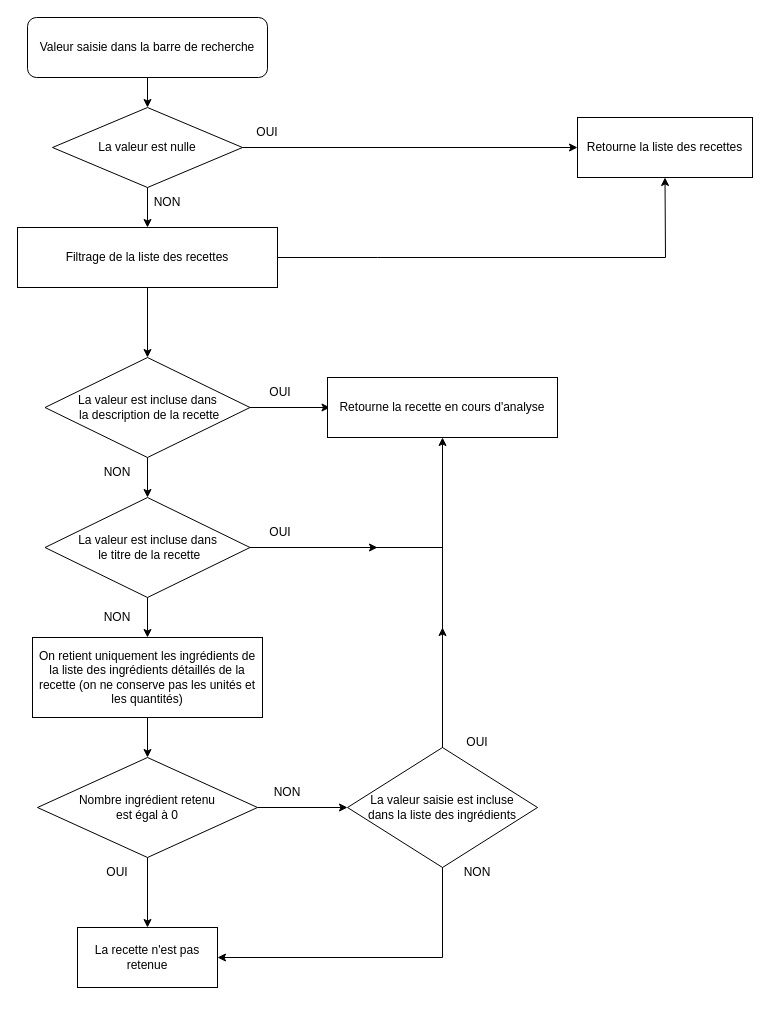
The draw.io diagram Untitled Diagram.drawio in NicolasCrombois/CromboisNicolas_7_10042022, before the edit. Source tidied: cells renumbered, new cells numbered last; positions are measured from the earlier drawing's top-left corner, leaving out a move shared by most shapes. Both pictures are drawn from the tidied source at 100%, with x=0, y=0 at pixel (17, 17).
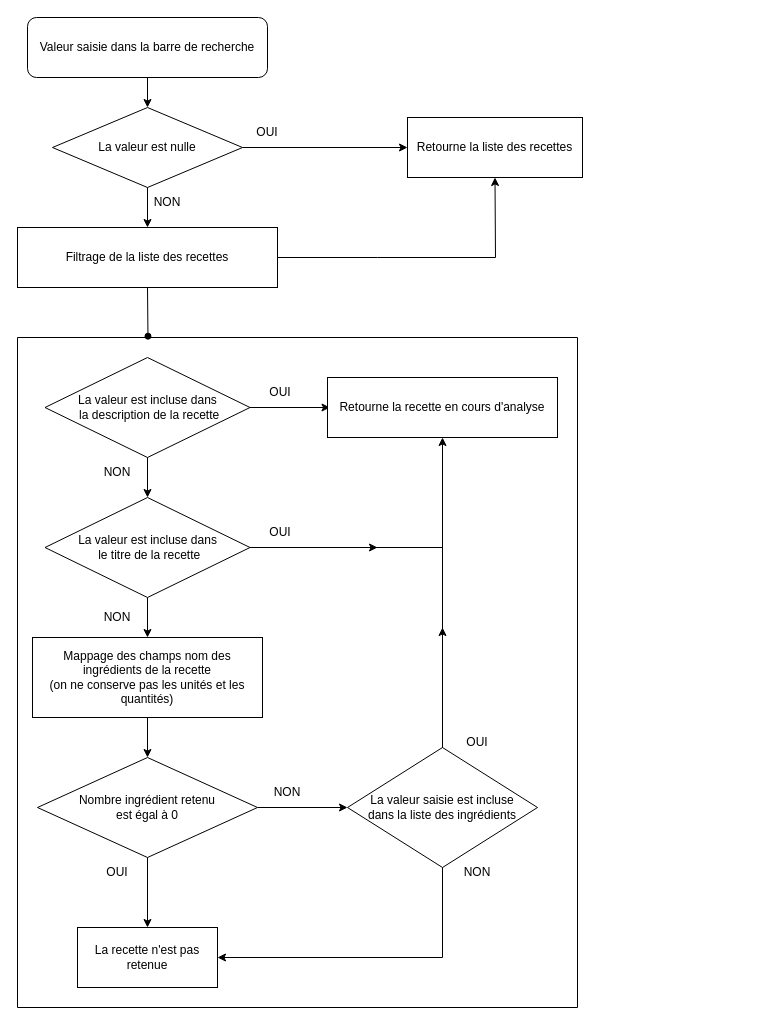
The same page after the edit.

Unchanged cells that the change refers to:
```xml
<mxCell id="7" value="Filtrage de la liste des recettes" style="rounded=0;whiteSpace=wrap;html=1;" parent="1" vertex="1">
  <mxGeometry y="210" width="260" height="60" as="geometry" />
</mxCell>
<mxCell id="11" value="La valeur est incluse dans&lt;br&gt;&amp;nbsp;la description de la recette" style="rhombus;whiteSpace=wrap;html=1;" parent="1" vertex="1">
  <mxGeometry x="27.5" y="340" width="205" height="100" as="geometry" />
</mxCell>
```

The edit, as a diff of the source:
```diff
@@
     <mxCell id="5" value="Retourne la liste des recettes" style="rounded=0;whiteSpace=wrap;html=1;" parent="1" vertex="1">
-      <mxGeometry x="560" y="100" width="175" height="60" as="geometry" />
+      <mxGeometry x="390" y="100" width="175" height="60" as="geometry" />
     </mxCell>
@@
-    <mxCell id="12" style="endArrow=classic;html=1;rounded=0;exitX=0.5;exitY=1;exitDx=0;exitDy=0;entryX=0.5;entryY=0;entryDx=0;entryDy=0;" parent="1" edge="1" source="7" target="11">
+    <mxCell id="12" style="endArrow=oval;html=1;rounded=0;exitX=0.5;exitY=1;exitDx=0;exitDy=0;entryX=0.233;entryY=-0.002;entryDx=0;entryDy=0;entryPerimeter=0;endFill=1;" parent="1" edge="1" source="7" target="39">
       <mxGeometry relative="1" as="geometry" />
     </mxCell>
@@
-    <mxCell id="21" value="On retient uniquement les ingrédients de la liste des ingrédients détaillés de la recette (on ne conserve pas les unités et les quantités)" style="rounded=0;whiteSpace=wrap;html=1;" parent="1" vertex="1">
+    <mxCell id="21" value="Mappage des champs nom des ingrédients&amp;nbsp;de la recette &lt;br&gt;(on ne conserve pas les unités et les quantités)" style="rounded=0;whiteSpace=wrap;html=1;" parent="1" vertex="1">
       <mxGeometry x="15" y="620" width="230" height="80" as="geometry" />
     </mxCell>
@@
     <mxCell id="37" style="endArrow=classic;html=1;rounded=0;entryX=0.5;entryY=1;entryDx=0;entryDy=0;exitX=1;exitY=0.5;exitDx=0;exitDy=0;" parent="1" edge="1" source="7" target="5">
       <mxGeometry relative="1" as="geometry">
         <Array as="points">
           <mxPoint x="360" y="240" />
-          <mxPoint x="648" y="240" />
+          <mxPoint x="478" y="240" />
         </Array>
       </mxGeometry>
     </mxCell>
@@
+    <mxCell id="39" style="swimlane;startSize=0;" parent="1" vertex="1">
+      <mxGeometry y="320" width="560" height="670" as="geometry" />
+    </mxCell>
```
